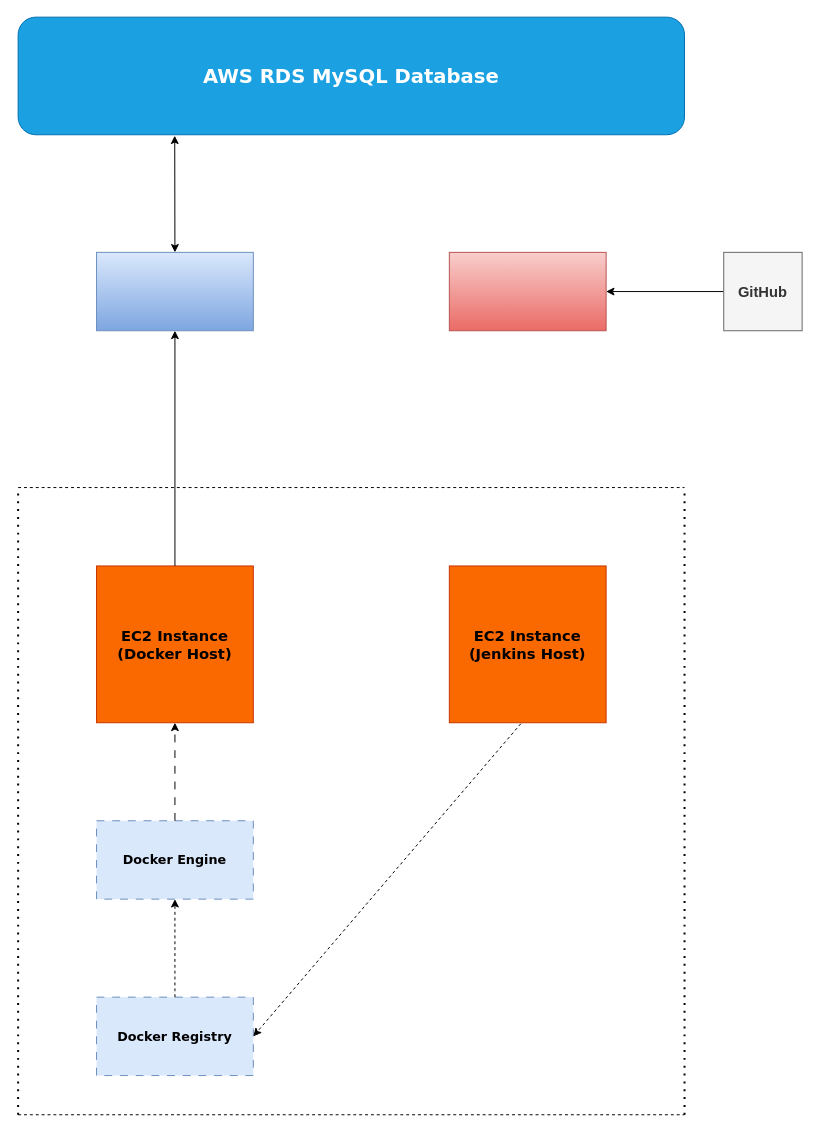
Before: Untitled Diagram.drawio in sachin108/Employee_Celebrations_Tracker, a draw.io diagram. Source tidied: cells renumbered, new cells numbered last; positions are measured from the earlier drawing's top-left corner, leaving out a move shared by most shapes. Both pictures are drawn from the tidied source at 98%, with x=0, y=0 at pixel (18, 17).
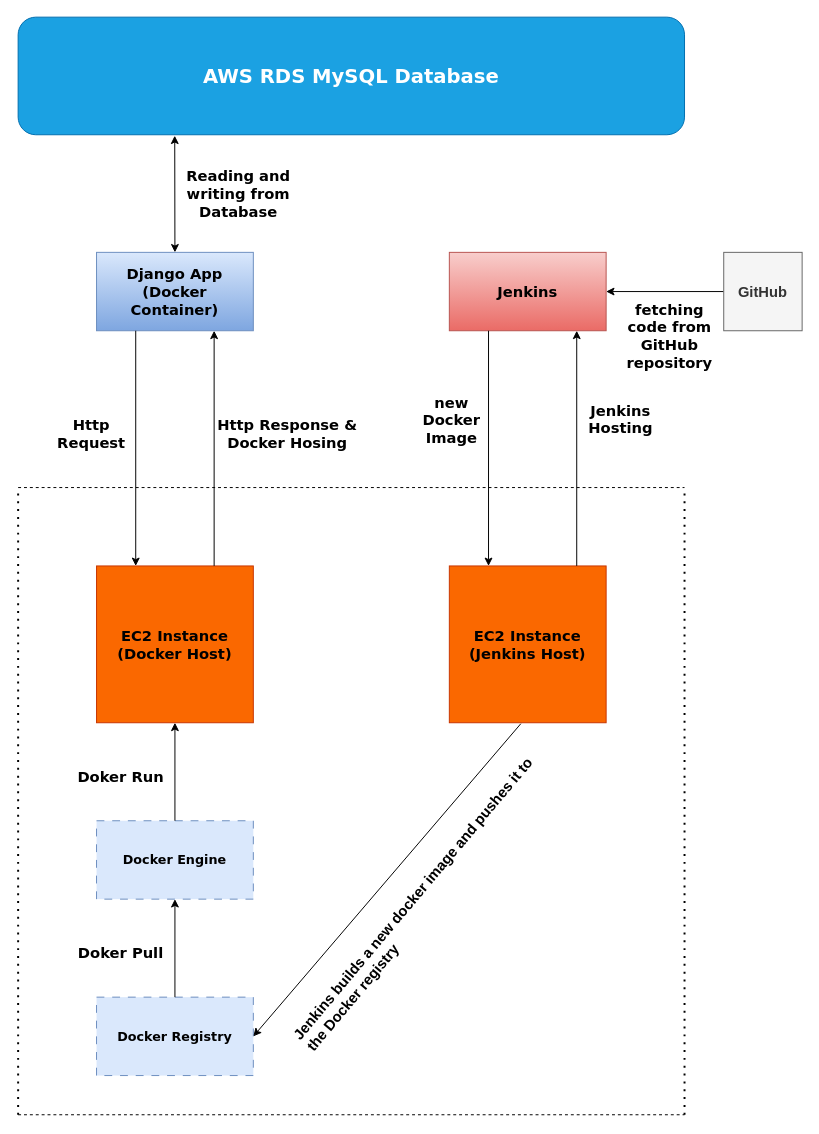
Above is the later version.

Commit message:
Architecture Diagram

Unchanged cells that the change refers to:
```xml
<mxCell id="9" value="&lt;font face=&quot;Verdana&quot; style=&quot;font-size: 15px;&quot;&gt;&lt;b&gt;EC2 Instance &lt;br&gt;(Docker Host)&lt;/b&gt;&lt;/font&gt;" style="whiteSpace=wrap;html=1;fillColor=#fa6800;fontColor=#000000;strokeColor=#C73500;align=center;" parent="1" vertex="1">
  <mxGeometry x="80" y="560" width="160" height="160" as="geometry" />
</mxCell>
<mxCell id="10" value="&lt;b&gt;&lt;font face=&quot;Verdana&quot; style=&quot;font-size: 15px;&quot;&gt;EC2 Instance (Jenkins Host)&lt;/font&gt;&lt;/b&gt;" style="whiteSpace=wrap;html=1;fillColor=#fa6800;fontColor=#000000;strokeColor=#C73500;align=center;" parent="1" vertex="1">
  <mxGeometry x="440" y="560" width="160" height="160" as="geometry" />
</mxCell>
<mxCell id="11" value="&lt;b&gt;&lt;font style=&quot;font-size: 13px;&quot; face=&quot;Verdana&quot;&gt;Docker Engine&lt;/font&gt;&lt;/b&gt;" style="rounded=0;whiteSpace=wrap;html=1;dashed=1;dashPattern=8 8;fillColor=#dae8fc;strokeColor=#6c8ebf;align=center;" parent="1" vertex="1">
  <mxGeometry x="80" y="820" width="160" height="80" as="geometry" />
</mxCell>
<mxCell id="12" value="&lt;font size=&quot;1&quot; face=&quot;Verdana&quot;&gt;&lt;b style=&quot;font-size: 13px;&quot;&gt;Docker Registry&lt;/b&gt;&lt;/font&gt;" style="rounded=0;whiteSpace=wrap;html=1;dashed=1;dashPattern=8 8;fillColor=#dae8fc;strokeColor=#6c8ebf;" parent="1" vertex="1">
  <mxGeometry x="80" y="1000" width="160" height="80" as="geometry" />
</mxCell>
```

Change to the diagram source:
```diff
@@
-    <mxCell id="3" style="rounded=0;whiteSpace=wrap;html=1;fillColor=#dae8fc;gradientColor=#7ea6e0;strokeColor=#6c8ebf;" parent="1" vertex="1">
+    <mxCell id="3" value="&lt;b style=&quot;font-size: 15px;&quot;&gt;&lt;font face=&quot;Verdana&quot;&gt;Django App &lt;br&gt;(Docker Container)&lt;/font&gt;&lt;/b&gt;" style="rounded=0;whiteSpace=wrap;html=1;fillColor=#dae8fc;gradientColor=#7ea6e0;strokeColor=#6c8ebf;" parent="1" vertex="1">
       <mxGeometry x="80" y="240" width="160" height="80" as="geometry" />
     </mxCell>
-    <mxCell id="4" style="rounded=0;whiteSpace=wrap;html=1;fillColor=#f8cecc;gradientColor=#ea6b66;strokeColor=#b85450;" parent="1" vertex="1">
+    <mxCell id="4" value="&lt;b&gt;&lt;font face=&quot;Verdana&quot; style=&quot;font-size: 15px;&quot;&gt;Jenkins&lt;/font&gt;&lt;/b&gt;" style="rounded=0;whiteSpace=wrap;html=1;fillColor=#f8cecc;gradientColor=#ea6b66;strokeColor=#b85450;" parent="1" vertex="1">
       <mxGeometry x="440" y="240" width="160" height="80" as="geometry" />
     </mxCell>
@@
-    <mxCell id="14" style="endArrow=classic;html=1;rounded=0;dashed=1;exitX=0.5;exitY=0;exitDx=0;exitDy=0;entryX=0.5;entryY=1;entryDx=0;entryDy=0;" parent="1" edge="1" source="12" target="11">
+    <mxCell id="14" style="endArrow=classic;html=1;rounded=0;exitX=0.5;exitY=0;exitDx=0;exitDy=0;entryX=0.5;entryY=1;entryDx=0;entryDy=0;" parent="1" edge="1" source="12" target="11">
       <mxGeometry relative="1" as="geometry" />
     </mxCell>
-    <mxCell id="15" style="endArrow=classic;html=1;rounded=0;dashed=1;exitX=0.456;exitY=1.006;exitDx=0;exitDy=0;exitPerimeter=0;" parent="1" edge="1" source="10">
+    <mxCell id="15" style="endArrow=classic;html=1;rounded=0;exitX=0.456;exitY=1.006;exitDx=0;exitDy=0;exitPerimeter=0;" parent="1" edge="1" source="10">
       <mxGeometry relative="1" as="geometry">
         <mxPoint x="240" y="1040" as="targetPoint" />
       </mxGeometry>
     </mxCell>
@@
-    <mxCell id="18" style="endArrow=classic;html=1;rounded=0;exitX=0.5;exitY=0;exitDx=0;exitDy=0;entryX=0.5;entryY=1;entryDx=0;entryDy=0;dashed=1;dashPattern=8 8;" parent="1" edge="1" source="11" target="9">
+    <mxCell id="18" style="endArrow=classic;html=1;rounded=0;exitX=0.5;exitY=0;exitDx=0;exitDy=0;entryX=0.5;entryY=1;entryDx=0;entryDy=0;" parent="1" edge="1" source="11" target="9">
       <mxGeometry relative="1" as="geometry" />
     </mxCell>
-    <mxCell id="19" style="endArrow=classic;html=1;rounded=0;entryX=0.5;entryY=1;entryDx=0;entryDy=0;exitX=0.5;exitY=0;exitDx=0;exitDy=0;" parent="1" edge="1" source="9" target="3">
+    <mxCell id="19" style="endArrow=classic;html=1;rounded=0;entryX=0.75;entryY=1;entryDx=0;entryDy=0;exitX=0.75;exitY=0;exitDx=0;exitDy=0;" parent="1" edge="1" source="9" target="3">
       <mxGeometry relative="1" as="geometry" />
     </mxCell>
+    <mxCell id="20" style="endArrow=classic;html=1;rounded=0;entryX=0.25;entryY=0;entryDx=0;entryDy=0;exitX=0.25;exitY=1;exitDx=0;exitDy=0;" parent="1" edge="1" source="3" target="9">
+      <mxGeometry relative="1" as="geometry" />
+    </mxCell>
+    <mxCell id="21" value="Jenkins builds a new docker image and pushes it to the Docker registry" style="text;whiteSpace=wrap;html=1;rotation=-50;fontSize=15;fontStyle=1;" parent="1" vertex="1">
+      <mxGeometry x="213.8" y="880" width="386.2" height="30.7" as="geometry" />
+    </mxCell>
+    <mxCell id="22" value="Http Request" style="text;strokeColor=none;align=center;fillColor=none;html=1;verticalAlign=middle;whiteSpace=wrap;rounded=0;fontSize=15;fontFamily=Verdana;fontStyle=1;" parent="1" vertex="1">
+      <mxGeometry x="20" y="400" width="110" height="50" as="geometry" />
+    </mxCell>
+    <mxCell id="23" value="Http Response &amp;amp; Docker Hosing" style="text;strokeColor=none;align=center;fillColor=none;html=1;verticalAlign=middle;whiteSpace=wrap;rounded=0;fontSize=15;fontFamily=Verdana;fontStyle=1;" parent="1" vertex="1">
+      <mxGeometry x="200" y="400" width="150" height="50" as="geometry" />
+    </mxCell>
+    <mxCell id="24" value="fetching code from GitHub repository" style="text;strokeColor=none;align=center;fillColor=none;html=1;verticalAlign=middle;whiteSpace=wrap;rounded=0;fontSize=15;fontFamily=Verdana;fontStyle=1;" parent="1" vertex="1">
+      <mxGeometry x="610" y="300" width="110" height="50" as="geometry" />
+    </mxCell>
+    <mxCell id="25" style="endArrow=classic;html=1;rounded=0;entryX=0.75;entryY=1;entryDx=0;entryDy=0;exitX=0.75;exitY=0;exitDx=0;exitDy=0;" parent="1" edge="1">
+      <mxGeometry relative="1" as="geometry">
+        <mxPoint x="570" y="560" as="sourcePoint" />
+        <mxPoint x="570" y="320" as="targetPoint" />
+      </mxGeometry>
+    </mxCell>
+    <mxCell id="26" value="Doker Pull" style="text;strokeColor=none;align=center;fillColor=none;html=1;verticalAlign=middle;whiteSpace=wrap;rounded=0;fontSize=15;fontFamily=Verdana;fontStyle=1;" parent="1" vertex="1">
+      <mxGeometry x="50" y="930" width="110" height="50" as="geometry" />
+    </mxCell>
+    <mxCell id="27" value="Jenkins Hosting" style="text;strokeColor=none;align=center;fillColor=none;html=1;verticalAlign=middle;whiteSpace=wrap;rounded=0;fontSize=15;fontFamily=Verdana;fontStyle=1;" parent="1" vertex="1">
+      <mxGeometry x="550" y="390" width="130" height="40" as="geometry" />
+    </mxCell>
+    <mxCell id="28" style="endArrow=classic;html=1;rounded=0;entryX=0.25;entryY=0;entryDx=0;entryDy=0;exitX=0.25;exitY=1;exitDx=0;exitDy=0;" parent="1" edge="1">
+      <mxGeometry relative="1" as="geometry">
+        <mxPoint x="480" y="320" as="sourcePoint" />
+        <mxPoint x="480" y="560" as="targetPoint" />
+      </mxGeometry>
+    </mxCell>
+    <mxCell id="29" value="new Docker Image" style="text;strokeColor=none;align=center;fillColor=none;html=1;verticalAlign=middle;whiteSpace=wrap;rounded=0;fontSize=15;fontFamily=Verdana;fontStyle=1;" parent="1" vertex="1">
+      <mxGeometry x="410" y="410" width="65" as="geometry" />
+    </mxCell>
+    <mxCell id="30" value="Reading and writing from Database" style="text;strokeColor=none;align=center;fillColor=none;html=1;verticalAlign=middle;whiteSpace=wrap;rounded=0;fontSize=15;fontFamily=Verdana;fontStyle=1;" parent="1" vertex="1">
+      <mxGeometry x="170" y="150" width="110" height="60" as="geometry" />
+    </mxCell>
+    <mxCell id="31" value="Doker Run" style="text;strokeColor=none;align=center;fillColor=none;html=1;verticalAlign=middle;whiteSpace=wrap;rounded=0;fontSize=15;fontFamily=Verdana;fontStyle=1;" parent="1" vertex="1">
+      <mxGeometry x="50" y="750" width="110" height="50" as="geometry" />
+    </mxCell>
```
